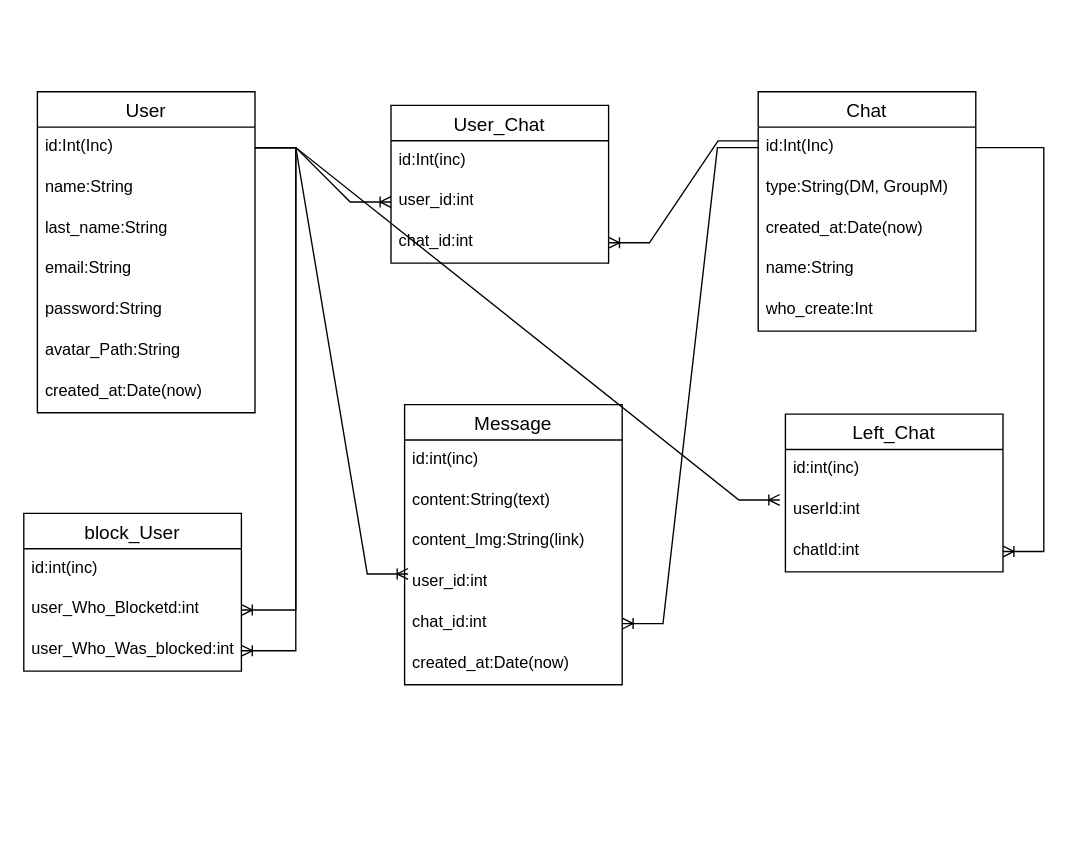
Above: Диаграмма без названия.drawio in lam1to/TestChat (draw.io), before the change. Source tidied: cells renumbered, new cells numbered last; positions are measured from the earlier drawing's top-left corner, leaving out a move shared by most shapes. Both pictures are drawn from the tidied source at 136%, with x=0, y=0 at pixel (-181, 91).
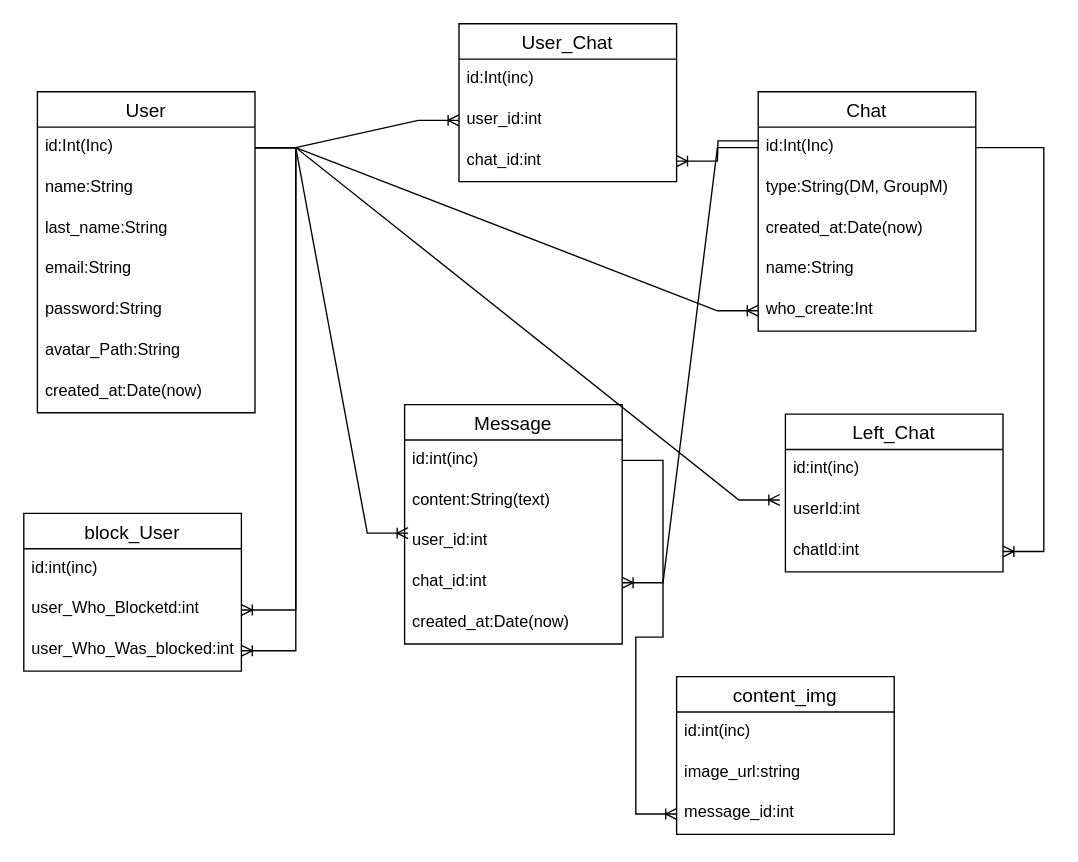
After the change.

The change refers to these unchanged cells:
```xml
<mxCell id="3" value="id:Int(Inc)" style="text;strokeColor=none;fillColor=none;spacingLeft=4;spacingRight=4;overflow=hidden;points=[[0,0.5],[1,0.5]];portConstraint=eastwest;fontSize=12;whiteSpace=wrap;html=1;" parent="2" vertex="1">
  <mxGeometry y="26" width="160" height="30" as="geometry" />
</mxCell>
<mxCell id="15" value="who_create:Int" style="text;strokeColor=none;fillColor=none;spacingLeft=4;spacingRight=4;overflow=hidden;points=[[0,0.5],[1,0.5]];portConstraint=eastwest;fontSize=12;whiteSpace=wrap;html=1;" parent="10" vertex="1">
  <mxGeometry y="146" width="160" height="30" as="geometry" />
</mxCell>
<mxCell id="23" value="id:int(inc)" style="text;strokeColor=none;fillColor=none;spacingLeft=4;spacingRight=4;overflow=hidden;points=[[0,0.5],[1,0.5]];portConstraint=eastwest;fontSize=12;whiteSpace=wrap;html=1;" parent="22" vertex="1">
  <mxGeometry y="26" width="160" height="30" as="geometry" />
</mxCell>
```

The edit, as a diff of the source:
```diff
@@
     <mxCell id="16" value="User_Chat" style="swimlane;fontStyle=0;horizontal=1;startSize=26;align=center;fontSize=14;" parent="1" vertex="1">
-      <mxGeometry x="420" y="10" width="160" height="116" as="geometry" />
+      <mxGeometry x="470" y="-50" width="160" height="116" as="geometry" />
     </mxCell>
@@
     <mxCell id="22" value="Message" style="swimlane;fontStyle=0;horizontal=1;startSize=26;align=center;fontSize=14;" parent="1" vertex="1">
-      <mxGeometry x="430" y="230" width="160" height="206" as="geometry" />
+      <mxGeometry x="430" y="230" width="160" height="176" as="geometry" />
     </mxCell>
@@
-    <mxCell id="25" value="content_Img:String(link)" style="text;strokeColor=none;fillColor=none;spacingLeft=4;spacingRight=4;overflow=hidden;fontSize=12;whiteSpace=wrap;html=1;" parent="22" vertex="1">
-      <mxGeometry y="86" width="160" height="30" as="geometry" />
-    </mxCell>
     <mxCell id="26" value="user_id:int" style="text;strokeColor=none;fillColor=none;spacingLeft=4;spacingRight=4;overflow=hidden;points=[[0,0.5],[1,0.5]];portConstraint=eastwest;fontSize=12;whiteSpace=wrap;html=1;" parent="22" vertex="1">
-      <mxGeometry y="116" width="160" height="30" as="geometry" />
+      <mxGeometry y="86" width="160" height="30" as="geometry" />
     </mxCell>
     <mxCell id="27" value="chat_id:int" style="text;strokeColor=none;fillColor=none;spacingLeft=4;spacingRight=4;overflow=hidden;points=[[0,0.5],[1,0.5]];portConstraint=eastwest;fontSize=12;whiteSpace=wrap;html=1;" parent="22" vertex="1">
-      <mxGeometry y="146" width="160" height="30" as="geometry" />
+      <mxGeometry y="116" width="160" height="30" as="geometry" />
     </mxCell>
     <mxCell id="28" value="created_at:Date(now)" style="text;strokeColor=none;fillColor=none;spacingLeft=4;spacingRight=4;overflow=hidden;fontSize=12;whiteSpace=wrap;html=1;" parent="22" vertex="1">
-      <mxGeometry y="176" width="160" height="30" as="geometry" />
+      <mxGeometry y="146" width="160" height="30" as="geometry" />
     </mxCell>
@@
+    <mxCell id="43" style="edgeStyle=entityRelationEdgeStyle;fontSize=12;html=1;endArrow=ERoneToMany;rounded=0;" parent="1" edge="1" source="3" target="15">
+      <mxGeometry relative="1" as="geometry">
+        <Array as="points">
+          <mxPoint x="710" y="160" />
+        </Array>
+      </mxGeometry>
+    </mxCell>
+    <mxCell id="44" value="content_img" style="swimlane;fontStyle=0;horizontal=1;startSize=26;align=center;fontSize=14;" parent="1" vertex="1">
+      <mxGeometry x="630" y="430" width="160" height="116" as="geometry" />
+    </mxCell>
+    <mxCell id="45" value="id:int(inc)" style="text;strokeColor=none;fillColor=none;spacingLeft=4;spacingRight=4;overflow=hidden;fontSize=12;whiteSpace=wrap;html=1;" parent="44" vertex="1">
+      <mxGeometry y="26" width="160" height="30" as="geometry" />
+    </mxCell>
+    <mxCell id="46" value="image_url:string" style="text;strokeColor=none;fillColor=none;spacingLeft=4;spacingRight=4;overflow=hidden;fontSize=12;whiteSpace=wrap;html=1;" parent="44" vertex="1">
+      <mxGeometry y="56" width="160" height="30" as="geometry" />
+    </mxCell>
+    <mxCell id="47" value="message_id:int" style="text;strokeColor=none;fillColor=none;spacingLeft=4;spacingRight=4;overflow=hidden;points=[[0,0.5],[1,0.5]];portConstraint=eastwest;fontSize=12;whiteSpace=wrap;html=1;" parent="44" vertex="1">
+      <mxGeometry y="86" width="160" height="30" as="geometry" />
+    </mxCell>
+    <mxCell id="48" style="edgeStyle=entityRelationEdgeStyle;fontSize=12;html=1;endArrow=ERoneToMany;rounded=0;exitX=1;exitY=0.5;exitDx=0;exitDy=0;" parent="1" edge="1" source="23" target="47">
+      <mxGeometry relative="1" as="geometry" />
+    </mxCell>
```
